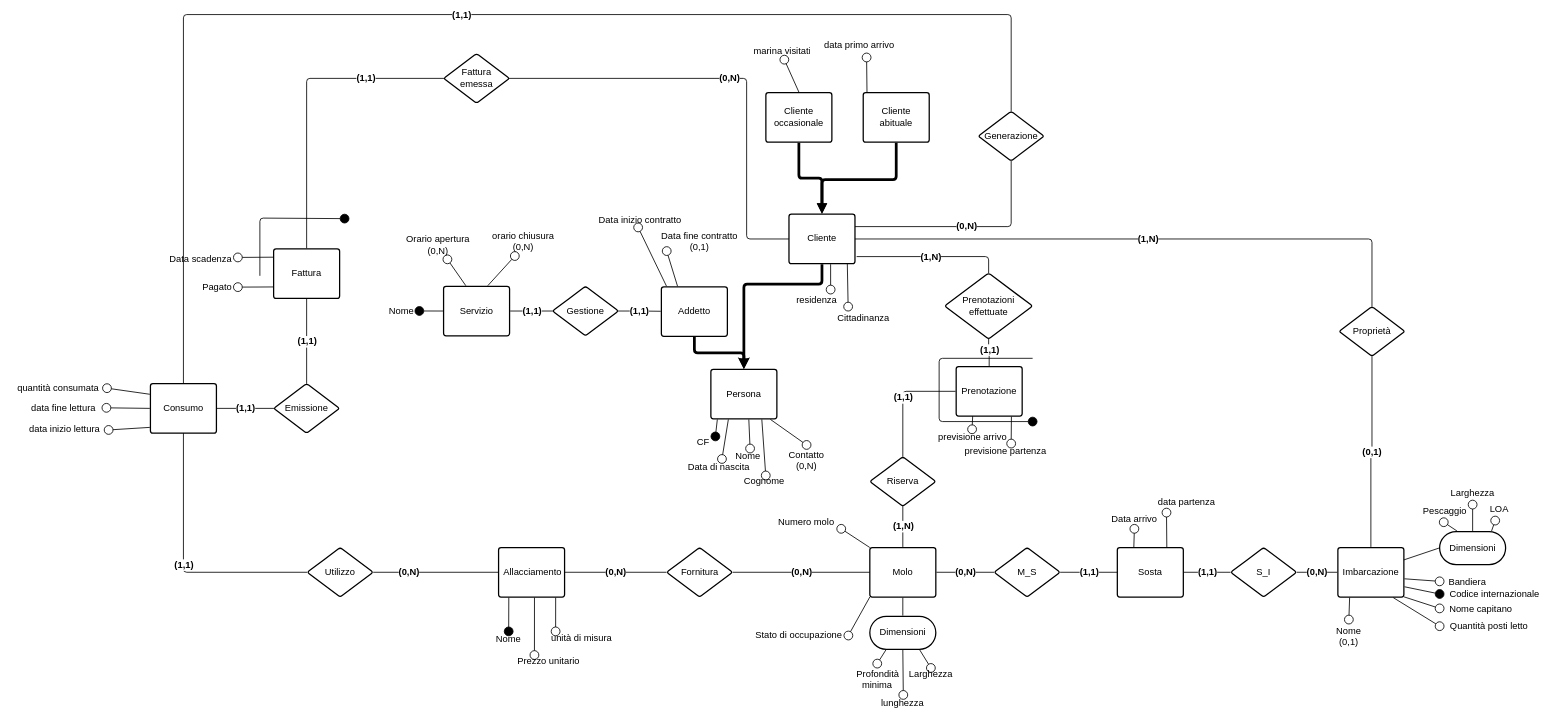
alessandro-massarenti/Progetto-basi-di-dati-2022 keeps this draw.io diagram as page "Concettuale ridotto" (4 of 4) of src_relazione_tex/Er.drawio. Above is the earlier version. Source tidied: cells renumbered, new cells numbered last; positions are measured from the earlier drawing's top-left corner, leaving out a move shared by most shapes. Both pictures are drawn from the tidied source at 55%, with x=0, y=0 at pixel (9, 14).
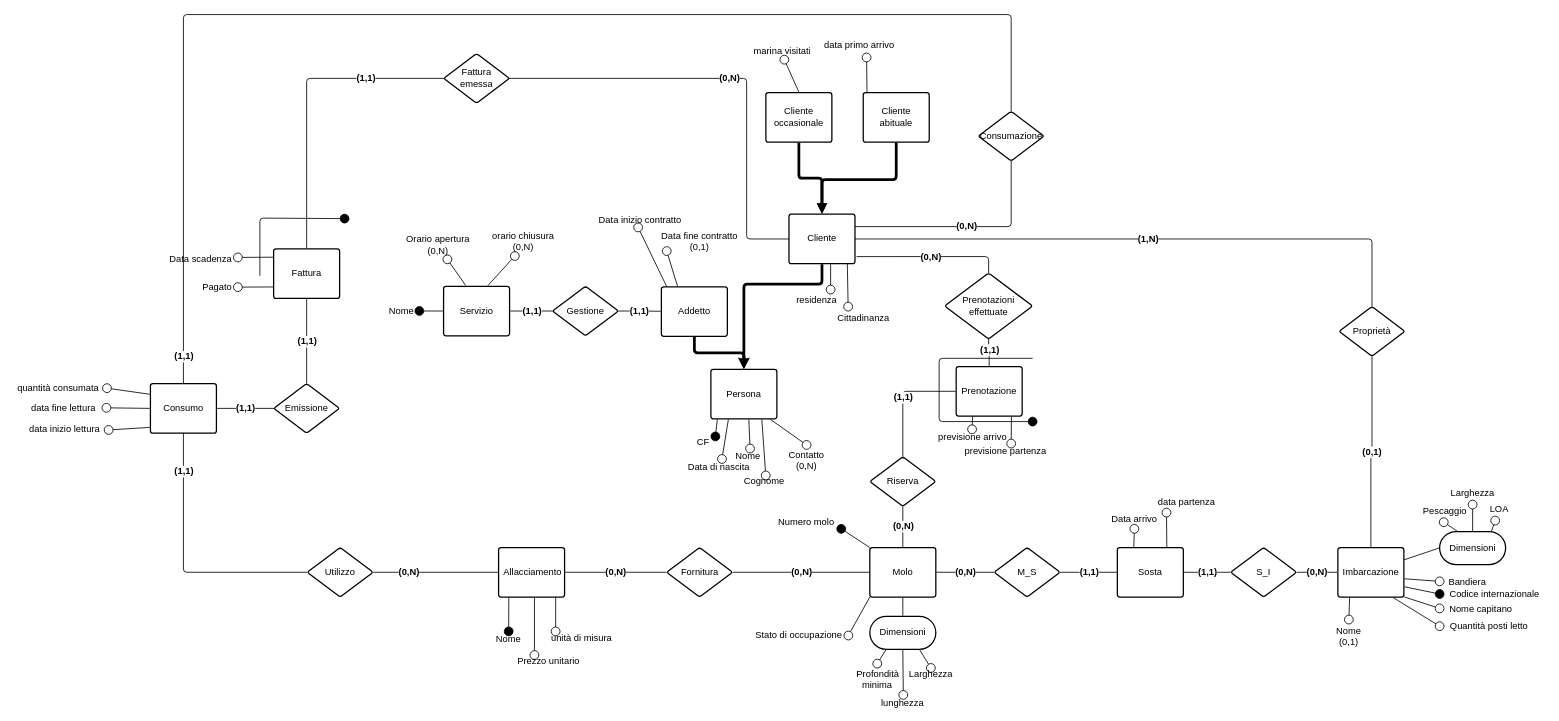
The same diagram, later.

The change refers to these unchanged cells:
```xml
<mxCell id="33" value="Molo" style="html=1;overflow=block;blockSpacing=1;whiteSpace=wrap;fontSize=17;fontColor=#000000;spacing=9;strokeColor=#000000;strokeOpacity=100;rounded=1;absoluteArcSize=1;arcSize=9;strokeWidth=2.3;" parent="1" vertex="1">
  <mxGeometry x="1564" y="969" width="120" height="90" as="geometry" />
</mxCell>
<mxCell id="62" style="html=1;jettySize=18;whiteSpace=wrap;fontSize=17;strokeColor=#000000;strokeWidth=1.5;rounded=1;arcSize=12;edgeStyle=orthogonalEdgeStyle;startArrow=none;endArrow=none;exitX=1.025;exitY=0.856;exitPerimeter=0;entryX=0.5;entryY=0;entryDx=0;entryDy=0;exitDx=0;exitDy=0;" parent="1" edge="1" source="36" target="107">
  <mxGeometry relative="1" as="geometry" />
</mxCell>
<mxCell id="64" style="html=1;jettySize=18;whiteSpace=wrap;fontSize=17;strokeColor=#000000;strokeWidth=1.5;rounded=1;arcSize=12;edgeStyle=orthogonalEdgeStyle;startArrow=none;endArrow=none;exitX=0.5;exitY=-0.012;exitPerimeter=0;entryX=0.5;entryY=0.996;entryPerimeter=0;" parent="1" edge="1" source="33" target="110">
  <mxGeometry relative="1" as="geometry" />
</mxCell>
<mxCell id="134" style="html=1;jettySize=18;whiteSpace=wrap;fontSize=17;fontColor=#000000;fontStyle=1;strokeColor=#000000;strokeWidth=1.5;rounded=1;arcSize=12;edgeStyle=orthogonalEdgeStyle;startArrow=none;endArrow=none;exitX=0.5;exitY=0.004;exitPerimeter=0;entryX=0.5;entryY=0;entryDx=0;entryDy=0;" parent="1" edge="1" source="131" target="127">
  <mxGeometry relative="1" as="geometry">
    <Array as="points">
      <mxPoint x="1821" />
      <mxPoint x="316" />
    </Array>
  </mxGeometry>
</mxCell>
<mxCell id="146" style="html=1;jettySize=18;whiteSpace=wrap;fontSize=17;fontColor=#000000;fontStyle=1;strokeColor=#000000;strokeWidth=1.5;rounded=1;arcSize=12;edgeStyle=orthogonalEdgeStyle;startArrow=none;endArrow=none;exitX=0;exitY=0.5;exitDx=0;exitDy=0;entryX=0.5;entryY=1;entryDx=0;entryDy=0;" parent="1" edge="1" source="143" target="127">
  <mxGeometry relative="1" as="geometry">
    <Array as="points">
      <mxPoint x="316" y="1014" />
    </Array>
  </mxGeometry>
</mxCell>
<mxCell id="148" value="Numero molo" style="html=1;overflow=block;blockSpacing=1;whiteSpace=wrap;fontSize=17;fontColor=#000000;spacing=0;fillColor=none;strokeWidth=1.5;strokeColor=none;" parent="1" vertex="1">
  <mxGeometry x="1385" y="910" width="127" height="25" as="geometry" />
</mxCell>
```

Diff of the diagram source:
```diff
@@
-    <mxCell id="63" value="(1,N)" style="text;html=1;labelBackgroundColor=default;align=center;verticalAlign=middle;fontStyle=1;fontColor=#000000;fontSize=17;" parent="62" vertex="1">
+    <mxCell id="63" value="(0,N)" style="text;html=1;labelBackgroundColor=default;align=center;verticalAlign=middle;fontStyle=1;fontColor=#000000;fontSize=17;" parent="62" vertex="1">
       <mxGeometry relative="1" as="geometry" />
     </mxCell>
@@
-    <mxCell id="65" value="(1,N)" style="text;html=1;labelBackgroundColor=default;align=center;verticalAlign=middle;fontStyle=1;fontColor=#000000;fontSize=17;" parent="64" vertex="1">
+    <mxCell id="65" value="(0,N)" style="text;html=1;labelBackgroundColor=default;align=center;verticalAlign=middle;fontStyle=1;fontColor=#000000;fontSize=17;" parent="64" vertex="1">
       <mxGeometry relative="1" as="geometry" />
     </mxCell>
@@
-    <mxCell id="131" value="Generazione" style="html=1;overflow=block;blockSpacing=1;whiteSpace=wrap;rhombus;fontSize=17;fontColor=#000000;spacing=3.8;strokeColor=#000000;strokeOpacity=100;rounded=1;absoluteArcSize=1;arcSize=9;strokeWidth=2.3;" parent="1" vertex="1">
+    <mxCell id="131" value="Consumazione" style="html=1;overflow=block;blockSpacing=1;whiteSpace=wrap;rhombus;fontSize=17;fontColor=#000000;spacing=3.8;strokeColor=#000000;strokeOpacity=100;rounded=1;absoluteArcSize=1;arcSize=9;strokeWidth=2.3;" parent="1" vertex="1">
       <mxGeometry x="1761" y="176" width="120" height="90" as="geometry" />
     </mxCell>
@@
     <mxCell id="135" value="(1,1)" style="text;html=1;labelBackgroundColor=default;align=center;verticalAlign=middle;fontStyle=1;fontColor=#000000;fontSize=17;" parent="134" vertex="1">
-      <mxGeometry relative="1" as="geometry" />
+      <mxGeometry relative="1" as="geometry">
+        <mxPoint x="-505" y="621" as="offset" />
+      </mxGeometry>
     </mxCell>
@@
     <mxCell id="147" value="(1,1)" style="text;html=1;labelBackgroundColor=default;align=center;verticalAlign=middle;fontStyle=1;fontColor=#000000;fontSize=17;" parent="146" vertex="1">
-      <mxGeometry relative="1" as="geometry" />
+      <mxGeometry relative="1" as="geometry">
+        <mxPoint y="-170" as="offset" />
+      </mxGeometry>
     </mxCell>
@@
-    <mxCell id="149" style="html=1;jettySize=18;whiteSpace=wrap;fontSize=17;strokeColor=#000000;strokeWidth=1.5;rounded=1;arcSize=12;startArrow=none;endArrow=oval;endFill=0;endSize=16;entryX=1;entryY=1;entryDx=0;entryDy=0;exitX=0;exitY=0;exitDx=0;exitDy=0;" parent="1" edge="1" source="33" target="148">
+    <mxCell id="149" style="html=1;jettySize=18;whiteSpace=wrap;fontSize=17;strokeColor=#000000;strokeWidth=1.5;rounded=1;arcSize=12;startArrow=none;endArrow=oval;endFill=1;endSize=16;entryX=1;entryY=1;entryDx=0;entryDy=0;exitX=0;exitY=0;exitDx=0;exitDy=0;" parent="1" edge="1" source="33" target="148">
       <mxGeometry relative="1" as="geometry" />
     </mxCell>
```
